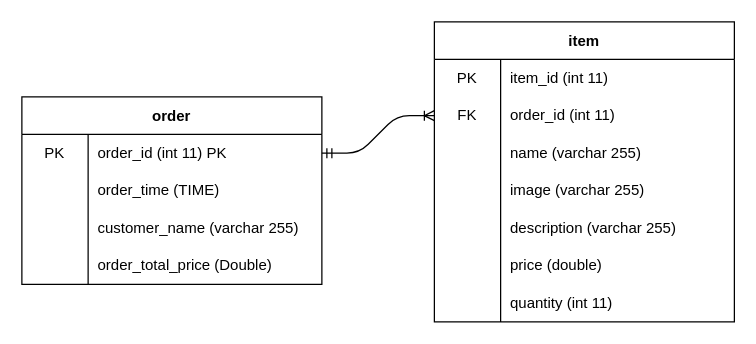
Above: DOCS/Diagrams/ERD Diagram.drawio in alexxGmZ/MenuMaApp (draw.io), before the change. Source tidied: cells renumbered, new cells numbered last; positions are measured from the earlier drawing's top-left corner, leaving out a move shared by most shapes. Both pictures are drawn from the tidied source at 125%, with x=0, y=0 at pixel (21, 21).
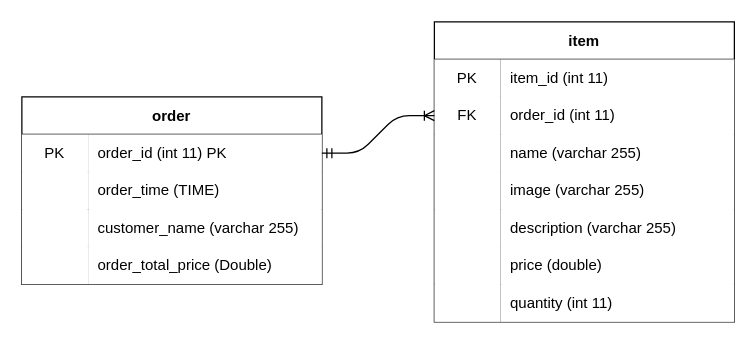
The same diagram, later.

Commit message:
erd: fill color

Unchanged cells that the change refers to:
```xml
<mxCell id="3" style="shape=tableRow;horizontal=0;startSize=0;swimlaneHead=0;swimlaneBody=0;top=0;left=0;bottom=0;right=0;fillColor=none;points=[[0,0.5],[1,0.5]];portConstraint=eastwest;" parent="2" vertex="1">
  <mxGeometry y="30" width="240" height="30" as="geometry" />
</mxCell>
<mxCell id="6" style="shape=tableRow;horizontal=0;startSize=0;swimlaneHead=0;swimlaneBody=0;top=0;left=0;bottom=0;right=0;fillColor=none;" parent="2" vertex="1">
  <mxGeometry y="60" width="240" height="30" as="geometry" />
</mxCell>
<mxCell id="9" style="shape=tableRow;horizontal=0;startSize=0;swimlaneHead=0;swimlaneBody=0;top=0;left=0;bottom=0;right=0;fillColor=none;" parent="2" vertex="1">
  <mxGeometry y="90" width="240" height="30" as="geometry" />
</mxCell>
<mxCell id="12" style="shape=tableRow;horizontal=0;startSize=0;swimlaneHead=0;swimlaneBody=0;top=0;left=0;bottom=0;right=0;fillColor=none;" parent="2" vertex="1">
  <mxGeometry y="120" width="240" height="30" as="geometry" />
</mxCell>
<mxCell id="16" style="shape=tableRow;horizontal=0;startSize=0;swimlaneHead=0;swimlaneBody=0;top=0;left=0;bottom=0;right=0;fillColor=none;" parent="15" vertex="1">
  <mxGeometry y="30" width="240" height="30" as="geometry" />
</mxCell>
<mxCell id="19" style="shape=tableRow;horizontal=0;startSize=0;swimlaneHead=0;swimlaneBody=0;top=0;left=0;bottom=0;right=0;fillColor=none;points=[[0,0.5],[1,0.5]];portConstraint=eastwest;" parent="15" vertex="1">
  <mxGeometry y="60" width="240" height="30" as="geometry" />
</mxCell>
<mxCell id="22" style="shape=tableRow;horizontal=0;startSize=0;swimlaneHead=0;swimlaneBody=0;top=0;left=0;bottom=0;right=0;fillColor=none;" parent="15" vertex="1">
  <mxGeometry y="90" width="240" height="30" as="geometry" />
</mxCell>
<mxCell id="25" style="shape=tableRow;horizontal=0;startSize=0;swimlaneHead=0;swimlaneBody=0;top=0;left=0;bottom=0;right=0;fillColor=none;" parent="15" vertex="1">
  <mxGeometry y="120" width="240" height="30" as="geometry" />
</mxCell>
<mxCell id="28" style="shape=tableRow;horizontal=0;startSize=0;swimlaneHead=0;swimlaneBody=0;top=0;left=0;bottom=0;right=0;fillColor=none;" parent="15" vertex="1">
  <mxGeometry y="150" width="240" height="30" as="geometry" />
</mxCell>
<mxCell id="31" style="shape=tableRow;horizontal=0;startSize=0;swimlaneHead=0;swimlaneBody=0;top=0;left=0;bottom=0;right=0;fillColor=none;" parent="15" vertex="1">
  <mxGeometry y="180" width="240" height="30" as="geometry" />
</mxCell>
<mxCell id="34" style="shape=tableRow;horizontal=0;startSize=0;swimlaneHead=0;swimlaneBody=0;top=0;left=0;bottom=0;right=0;fillColor=none;" parent="15" vertex="1">
  <mxGeometry y="210" width="240" height="30" as="geometry" />
</mxCell>
```

What changed in the source:
```diff
@@
-    <mxCell id="4" value="PK" style="shape=partialRectangle;html=1;whiteSpace=wrap;fillColor=none;top=0;left=0;bottom=0;right=0;overflow=hidden;" parent="3" vertex="1">
+    <mxCell id="4" value="PK" style="shape=partialRectangle;html=1;whiteSpace=wrap;fillColor=default;top=0;left=0;bottom=0;right=0;overflow=hidden;" parent="3" vertex="1">
       <mxGeometry width="53" height="30" as="geometry" />
     </mxCell>
-    <mxCell id="5" value="order_id (int 11) PK" style="shape=partialRectangle;html=1;whiteSpace=wrap;fillColor=none;top=0;left=0;bottom=0;right=0;align=left;spacingLeft=6;overflow=hidden;" parent="3" vertex="1">
+    <mxCell id="5" value="order_id (int 11) PK" style="shape=partialRectangle;html=1;whiteSpace=wrap;fillColor=default;top=0;left=0;bottom=0;right=0;align=left;spacingLeft=6;overflow=hidden;" parent="3" vertex="1">
       <mxGeometry x="53" width="187" height="30" as="geometry" />
     </mxCell>
@@
-    <mxCell id="7" style="shape=partialRectangle;html=1;whiteSpace=wrap;fillColor=none;top=0;left=0;bottom=0;right=0;overflow=hidden;" parent="6" vertex="1">
+    <mxCell id="7" style="shape=partialRectangle;html=1;whiteSpace=wrap;fillColor=default;top=0;left=0;bottom=0;right=0;overflow=hidden;" parent="6" vertex="1">
       <mxGeometry width="53" height="30" as="geometry" />
     </mxCell>
-    <mxCell id="8" value="order_time (TIME)" style="shape=partialRectangle;html=1;whiteSpace=wrap;fillColor=none;top=0;left=0;bottom=0;right=0;align=left;spacingLeft=6;overflow=hidden;" parent="6" vertex="1">
+    <mxCell id="8" value="order_time (TIME)" style="shape=partialRectangle;html=1;whiteSpace=wrap;fillColor=default;top=0;left=0;bottom=0;right=0;align=left;spacingLeft=6;overflow=hidden;" parent="6" vertex="1">
       <mxGeometry x="53" width="187" height="30" as="geometry" />
     </mxCell>
@@
-    <mxCell id="10" style="shape=partialRectangle;html=1;whiteSpace=wrap;fillColor=none;top=0;left=0;bottom=0;right=0;overflow=hidden;" parent="9" vertex="1">
+    <mxCell id="10" style="shape=partialRectangle;html=1;whiteSpace=wrap;fillColor=default;top=0;left=0;bottom=0;right=0;overflow=hidden;" parent="9" vertex="1">
       <mxGeometry width="53" height="30" as="geometry" />
     </mxCell>
-    <mxCell id="11" value="customer_name (varchar 255)" style="shape=partialRectangle;html=1;whiteSpace=wrap;fillColor=none;top=0;left=0;bottom=0;right=0;align=left;spacingLeft=6;overflow=hidden;" parent="9" vertex="1">
+    <mxCell id="11" value="customer_name (varchar 255)" style="shape=partialRectangle;html=1;whiteSpace=wrap;fillColor=default;top=0;left=0;bottom=0;right=0;align=left;spacingLeft=6;overflow=hidden;" parent="9" vertex="1">
       <mxGeometry x="53" width="187" height="30" as="geometry" />
     </mxCell>
@@
-    <mxCell id="13" style="shape=partialRectangle;html=1;whiteSpace=wrap;fillColor=none;top=0;left=0;bottom=0;right=0;overflow=hidden;" parent="12" vertex="1">
+    <mxCell id="13" style="shape=partialRectangle;html=1;whiteSpace=wrap;fillColor=default;top=0;left=0;bottom=0;right=0;overflow=hidden;" parent="12" vertex="1">
       <mxGeometry width="53" height="30" as="geometry" />
     </mxCell>
-    <mxCell id="14" value="order_total_price (Double)" style="shape=partialRectangle;html=1;whiteSpace=wrap;fillColor=none;top=0;left=0;bottom=0;right=0;align=left;spacingLeft=6;overflow=hidden;" parent="12" vertex="1">
+    <mxCell id="14" value="order_total_price (Double)" style="shape=partialRectangle;html=1;whiteSpace=wrap;fillColor=default;top=0;left=0;bottom=0;right=0;align=left;spacingLeft=6;overflow=hidden;" parent="12" vertex="1">
       <mxGeometry x="53" width="187" height="30" as="geometry" />
     </mxCell>
-    <mxCell id="15" value="item" style="shape=table;startSize=30;childLayout=tableLayout;rowLines=0;fontStyle=1;" parent="1" vertex="1">
+    <mxCell id="15" value="item" style="shape=table;startSize=30;childLayout=tableLayout;rowLines=0;fontStyle=1;fillColor=default;" parent="1" vertex="1">
       <mxGeometry x="330" width="240" height="240" as="geometry" />
     </mxCell>
@@
-    <mxCell id="17" value="PK" style="shape=partialRectangle;html=1;whiteSpace=wrap;fillColor=none;top=0;left=0;bottom=0;right=0;overflow=hidden;" parent="16" vertex="1">
+    <mxCell id="17" value="PK" style="shape=partialRectangle;html=1;whiteSpace=wrap;fillColor=default;top=0;left=0;bottom=0;right=0;overflow=hidden;" parent="16" vertex="1">
       <mxGeometry width="53" height="30" as="geometry" />
     </mxCell>
-    <mxCell id="18" value="item_id (int 11)" style="shape=partialRectangle;html=1;whiteSpace=wrap;fillColor=none;top=0;left=0;bottom=0;right=0;align=left;spacingLeft=6;overflow=hidden;" parent="16" vertex="1">
+    <mxCell id="18" value="item_id (int 11)" style="shape=partialRectangle;html=1;whiteSpace=wrap;fillColor=default;top=0;left=0;bottom=0;right=0;align=left;spacingLeft=6;overflow=hidden;" parent="16" vertex="1">
       <mxGeometry x="53" width="187" height="30" as="geometry" />
     </mxCell>
@@
-    <mxCell id="20" value="FK" style="shape=partialRectangle;html=1;whiteSpace=wrap;fillColor=none;top=0;left=0;bottom=0;right=0;overflow=hidden;" parent="19" vertex="1">
+    <mxCell id="20" value="FK" style="shape=partialRectangle;html=1;whiteSpace=wrap;fillColor=default;top=0;left=0;bottom=0;right=0;overflow=hidden;" parent="19" vertex="1">
       <mxGeometry width="53" height="30" as="geometry" />
     </mxCell>
-    <mxCell id="21" value="order_id (int 11)" style="shape=partialRectangle;html=1;whiteSpace=wrap;fillColor=none;top=0;left=0;bottom=0;right=0;align=left;spacingLeft=6;overflow=hidden;" parent="19" vertex="1">
+    <mxCell id="21" value="order_id (int 11)" style="shape=partialRectangle;html=1;whiteSpace=wrap;fillColor=default;top=0;left=0;bottom=0;right=0;align=left;spacingLeft=6;overflow=hidden;" parent="19" vertex="1">
       <mxGeometry x="53" width="187" height="30" as="geometry" />
     </mxCell>
@@
-    <mxCell id="23" style="shape=partialRectangle;html=1;whiteSpace=wrap;fillColor=none;top=0;left=0;bottom=0;right=0;overflow=hidden;" parent="22" vertex="1">
+    <mxCell id="23" style="shape=partialRectangle;html=1;whiteSpace=wrap;fillColor=default;top=0;left=0;bottom=0;right=0;overflow=hidden;" parent="22" vertex="1">
       <mxGeometry width="53" height="30" as="geometry" />
     </mxCell>
-    <mxCell id="24" value="name (varchar 255)" style="shape=partialRectangle;html=1;whiteSpace=wrap;fillColor=none;top=0;left=0;bottom=0;right=0;align=left;spacingLeft=6;overflow=hidden;" parent="22" vertex="1">
+    <mxCell id="24" value="name (varchar 255)" style="shape=partialRectangle;html=1;whiteSpace=wrap;fillColor=default;top=0;left=0;bottom=0;right=0;align=left;spacingLeft=6;overflow=hidden;" parent="22" vertex="1">
       <mxGeometry x="53" width="187" height="30" as="geometry" />
     </mxCell>
@@
-    <mxCell id="26" style="shape=partialRectangle;html=1;whiteSpace=wrap;fillColor=none;top=0;left=0;bottom=0;right=0;overflow=hidden;" parent="25" vertex="1">
+    <mxCell id="26" style="shape=partialRectangle;html=1;whiteSpace=wrap;fillColor=default;top=0;left=0;bottom=0;right=0;overflow=hidden;" parent="25" vertex="1">
       <mxGeometry width="53" height="30" as="geometry" />
     </mxCell>
-    <mxCell id="27" value="image (varchar 255)" style="shape=partialRectangle;html=1;whiteSpace=wrap;fillColor=none;top=0;left=0;bottom=0;right=0;align=left;spacingLeft=6;overflow=hidden;" parent="25" vertex="1">
+    <mxCell id="27" value="image (varchar 255)" style="shape=partialRectangle;html=1;whiteSpace=wrap;fillColor=default;top=0;left=0;bottom=0;right=0;align=left;spacingLeft=6;overflow=hidden;" parent="25" vertex="1">
       <mxGeometry x="53" width="187" height="30" as="geometry" />
     </mxCell>
@@
-    <mxCell id="29" style="shape=partialRectangle;html=1;whiteSpace=wrap;fillColor=none;top=0;left=0;bottom=0;right=0;overflow=hidden;" parent="28" vertex="1">
+    <mxCell id="29" style="shape=partialRectangle;html=1;whiteSpace=wrap;fillColor=default;top=0;left=0;bottom=0;right=0;overflow=hidden;" parent="28" vertex="1">
       <mxGeometry width="53" height="30" as="geometry" />
     </mxCell>
-    <mxCell id="30" value="description (varchar 255)" style="shape=partialRectangle;html=1;whiteSpace=wrap;fillColor=none;top=0;left=0;bottom=0;right=0;align=left;spacingLeft=6;overflow=hidden;" parent="28" vertex="1">
+    <mxCell id="30" value="description (varchar 255)" style="shape=partialRectangle;html=1;whiteSpace=wrap;fillColor=default;top=0;left=0;bottom=0;right=0;align=left;spacingLeft=6;overflow=hidden;" parent="28" vertex="1">
       <mxGeometry x="53" width="187" height="30" as="geometry" />
     </mxCell>
@@
-    <mxCell id="32" style="shape=partialRectangle;html=1;whiteSpace=wrap;fillColor=none;top=0;left=0;bottom=0;right=0;overflow=hidden;" parent="31" vertex="1">
+    <mxCell id="32" style="shape=partialRectangle;html=1;whiteSpace=wrap;fillColor=default;top=0;left=0;bottom=0;right=0;overflow=hidden;" parent="31" vertex="1">
       <mxGeometry width="53" height="30" as="geometry" />
     </mxCell>
-    <mxCell id="33" value="price (double)" style="shape=partialRectangle;html=1;whiteSpace=wrap;fillColor=none;top=0;left=0;bottom=0;right=0;align=left;spacingLeft=6;overflow=hidden;" parent="31" vertex="1">
+    <mxCell id="33" value="price (double)" style="shape=partialRectangle;html=1;whiteSpace=wrap;fillColor=default;top=0;left=0;bottom=0;right=0;align=left;spacingLeft=6;overflow=hidden;" parent="31" vertex="1">
       <mxGeometry x="53" width="187" height="30" as="geometry" />
     </mxCell>
@@
-    <mxCell id="35" style="shape=partialRectangle;html=1;whiteSpace=wrap;fillColor=none;top=0;left=0;bottom=0;right=0;overflow=hidden;" parent="34" vertex="1">
+    <mxCell id="35" style="shape=partialRectangle;html=1;whiteSpace=wrap;fillColor=default;top=0;left=0;bottom=0;right=0;overflow=hidden;" parent="34" vertex="1">
       <mxGeometry width="53" height="30" as="geometry" />
     </mxCell>
-    <mxCell id="36" value="quantity (int 11)" style="shape=partialRectangle;html=1;whiteSpace=wrap;fillColor=none;top=0;left=0;bottom=0;right=0;align=left;spacingLeft=6;overflow=hidden;" parent="34" vertex="1">
+    <mxCell id="36" value="quantity (int 11)" style="shape=partialRectangle;html=1;whiteSpace=wrap;fillColor=default;top=0;left=0;bottom=0;right=0;align=left;spacingLeft=6;overflow=hidden;" parent="34" vertex="1">
       <mxGeometry x="53" width="187" height="30" as="geometry" />
     </mxCell>
```
